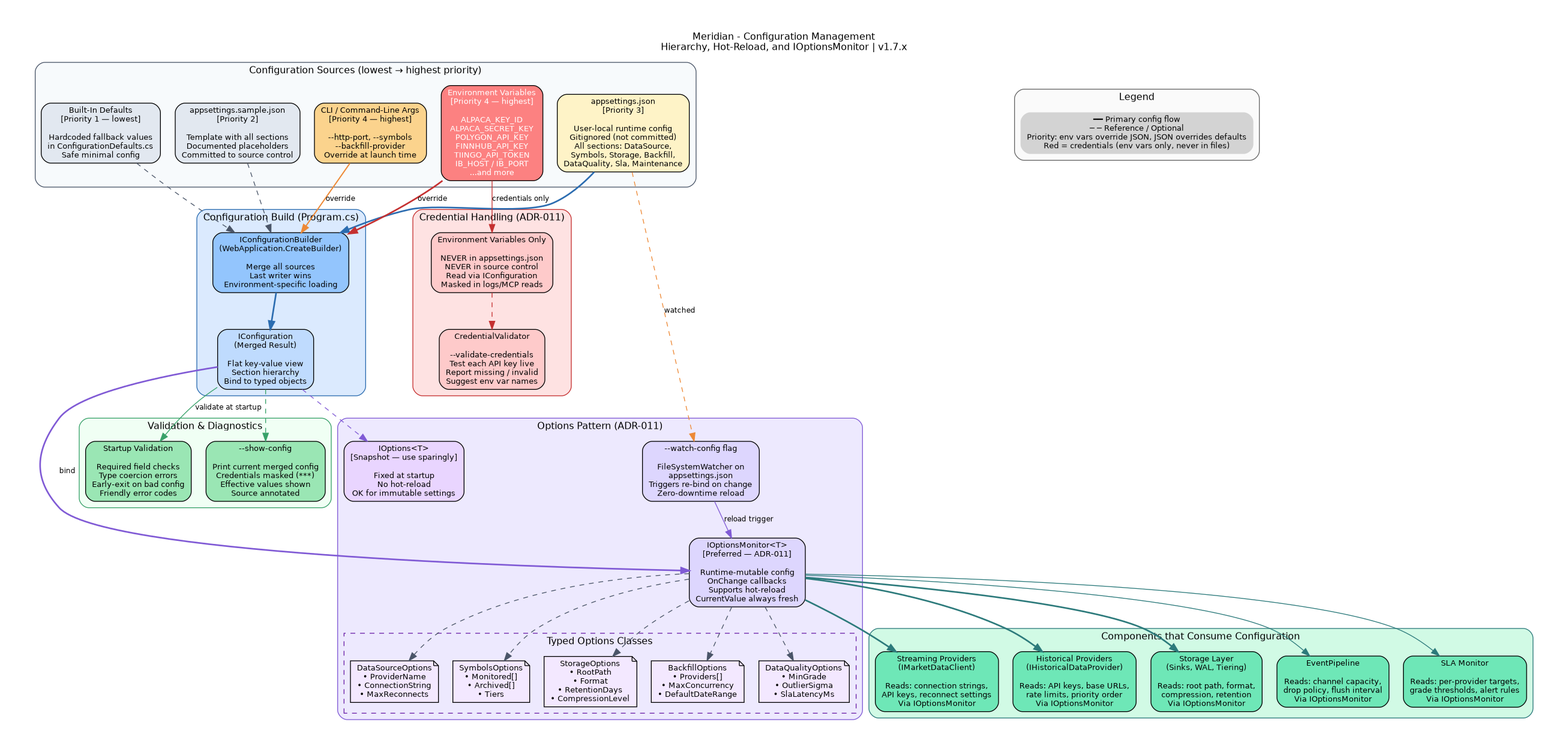
rodoHasArrived/Meridian-main keeps this Graphviz diagram as docs/diagrams/reference/configuration-management.png. Above is the earlier version. Its source is kept beside it as docs/diagrams/reference/configuration-management.dot. Source of this version:
```dot

digraph ConfigurationManagement {
  rankdir=TB;
  graph [fontname="Helvetica", fontsize=12, bgcolor="white", compound=true, pad=0.5];
  node  [fontname="Helvetica", fontsize=10, shape=box, style="rounded,filled"];
  edge  [fontname="Helvetica", fontsize=9, color="#4a5568"];

  labelloc="t";
  label="Meridian - Configuration Management\nHierarchy, Hot-Reload, and IOptionsMonitor | v1.7.x";

  subgraph cluster_sources {
    label="Configuration Sources (lowest → highest priority)";
    color="#4a5568";
    style="rounded";
    bgcolor="#f7fafc";

    SRC_DEFAULT [fillcolor="#e2e8f0",
                 label="Built-In Defaults\n[Priority 1 — lowest]\n\nHardcoded fallback values\nin ConfigurationDefaults.cs\nSafe minimal config"];

    SRC_SAMPLE [fillcolor="#e2e8f0",
                label="appsettings.sample.json\n[Priority 2]\n\nTemplate with all sections\nDocumented placeholders\nCommitted to source control"];

    SRC_JSON [fillcolor="#fef3c7",
              label="appsettings.json\n[Priority 3]\n\nUser-local runtime config\nGitignored (not committed)\nAll sections: DataSource,\nSymbols, Storage, Backfill,\nDataQuality, Sla, Maintenance"];

    SRC_ENV [fillcolor="#fc8181", fontcolor="white",
             label="Environment Variables\n[Priority 4 — highest]\n\nALPACA_KEY_ID\nALPACA_SECRET_KEY\nPOLYGON_API_KEY\nFINNHUB_API_KEY\nTIINGO_API_TOKEN\nIB_HOST / IB_PORT\n...and more"];

    SRC_CLI [fillcolor="#fbd38d",
             label="CLI / Command-Line Args\n[Priority 4 — highest]\n\n--http-port, --symbols\n--backfill-provider\nOverride at launch time"];
  }

  subgraph cluster_build {
    label="Configuration Build (Program.cs)";
    color="#2b6cb0";
    style="rounded";
    bgcolor="#dbeafe";

    CONFIG_BUILDER [fillcolor="#93c5fd",
                    label="IConfigurationBuilder\n(WebApplication.CreateBuilder)\n\nMerge all sources\nLast writer wins\nEnvironment-specific loading"];

    ICONFIG [fillcolor="#bfdbfe",
             label="IConfiguration\n(Merged Result)\n\nFlat key-value view\nSection hierarchy\nBind to typed objects"];
  }

  subgraph cluster_options {
    label="Options Pattern (ADR-011)";
    color="#805ad5";
    style="rounded";
    bgcolor="#ede9fe";

    IOPTIONS_MON [fillcolor="#ddd6fe",
                  label="IOptionsMonitor<T>\n[Preferred — ADR-011]\n\nRuntime-mutable config\nOnChange callbacks\nSupports hot-reload\nCurrentValue always fresh"];

    IOPTIONS [fillcolor="#e9d5ff",
              label="IOptions<T>\n[Snapshot — use sparingly]\n\nFixed at startup\nNo hot-reload\nOK for immutable settings"];

    WATCH_CONFIG [fillcolor="#ddd6fe",
                  label="--watch-config flag\n\nFileSystemWatcher on\nappsettings.json\nTriggers re-bind on change\nZero-downtime reload"];

    subgraph cluster_typed_options {
      label="Typed Options Classes";
      style="dashed";
      color="#6b21a8";

      OPT_DATA [shape=note, fillcolor="#f3e8ff",
                label="DataSourceOptions\n• ProviderName\n• ConnectionString\n• MaxReconnects"];

      OPT_SYM [shape=note, fillcolor="#f3e8ff",
               label="SymbolsOptions\n• Monitored[]\n• Archived[]\n• Tiers"];

      OPT_STOR [shape=note, fillcolor="#f3e8ff",
                label="StorageOptions\n• RootPath\n• Format\n• RetentionDays\n• CompressionLevel"];

      OPT_BF [shape=note, fillcolor="#f3e8ff",
              label="BackfillOptions\n• Providers[]\n• MaxConcurrency\n• DefaultDateRange"];

      OPT_DQ [shape=note, fillcolor="#f3e8ff",
              label="DataQualityOptions\n• MinGrade\n• OutlierSigma\n• SlaLatencyMs"];
    }
  }

  subgraph cluster_creds {
    label="Credential Handling (ADR-011)";
    color="#c53030";
    style="rounded";
    bgcolor="#fee2e2";

    CRED_ENV [fillcolor="#fecaca",
              label="Environment Variables Only\n\nNEVER in appsettings.json\nNEVER in source control\nRead via IConfiguration\nMasked in logs/MCP reads"];

    CRED_VALIDATE [fillcolor="#fecaca",
                   label="CredentialValidator\n\n--validate-credentials\nTest each API key live\nReport missing / invalid\nSuggest env var names"];
  }

  subgraph cluster_consumers {
    label="Components that Consume Configuration";
    color="#2c7a7b";
    style="rounded";
    bgcolor="#d1fae5";

    STREAM_PROV [fillcolor="#6ee7b7",
                 label="Streaming Providers\n(IMarketDataClient)\n\nReads: connection strings,\nAPI keys, reconnect settings\nVia IOptionsMonitor"];

    HIST_PROV [fillcolor="#6ee7b7",
               label="Historical Providers\n(IHistoricalDataProvider)\n\nReads: API keys, base URLs,\nrate limits, priority order\nVia IOptionsMonitor"];

    STORAGE_COMP [fillcolor="#6ee7b7",
                  label="Storage Layer\n(Sinks, WAL, Tiering)\n\nReads: root path, format,\ncompression, retention\nVia IOptionsMonitor"];

    PIPELINE [fillcolor="#6ee7b7",
              label="EventPipeline\n\nReads: channel capacity,\ndrop policy, flush interval\nVia IOptionsMonitor"];

    SLA_MON [fillcolor="#6ee7b7",
             label="SLA Monitor\n\nReads: per-provider targets,\ngrade thresholds, alert rules\nVia IOptionsMonitor"];
  }

  subgraph cluster_diag {
    label="Validation & Diagnostics";
    color="#38a169";
    style="rounded";
    bgcolor="#f0fff4";

    VAL_STARTUP [fillcolor="#9ae6b4",
                 label="Startup Validation\n\nRequired field checks\nType coercion errors\nEarly-exit on bad config\nFriendly error codes"];

    SHOW_CONFIG [fillcolor="#9ae6b4",
                 label="--show-config\n\nPrint current merged config\nCredentials masked (***)\nEffective values shown\nSource annotated"];
  }

  SRC_DEFAULT -> CONFIG_BUILDER [color="#4a5568", style=dashed];
  SRC_SAMPLE -> CONFIG_BUILDER [color="#4a5568", style=dashed];
  SRC_JSON -> CONFIG_BUILDER [color="#2b6cb0", penwidth=2];
  SRC_ENV -> CONFIG_BUILDER [color="#c53030", penwidth=2, label="override"];
  SRC_CLI -> CONFIG_BUILDER [color="#ed8936", penwidth=1.5, label="override"];

  CONFIG_BUILDER -> ICONFIG [color="#2b6cb0", penwidth=2];

  ICONFIG -> IOPTIONS_MON [color="#805ad5", penwidth=2, label="bind"];
  ICONFIG -> IOPTIONS [color="#805ad5", style=dashed];
  IOPTIONS_MON -> OPT_DATA [style=dashed];
  IOPTIONS_MON -> OPT_SYM [style=dashed];
  IOPTIONS_MON -> OPT_STOR [style=dashed];
  IOPTIONS_MON -> OPT_BF [style=dashed];
  IOPTIONS_MON -> OPT_DQ [style=dashed];

  WATCH_CONFIG -> IOPTIONS_MON [color="#805ad5", label="reload trigger"];
  SRC_JSON -> WATCH_CONFIG [color="#ed8936", style=dashed, label="watched"];

  IOPTIONS_MON -> STREAM_PROV [color="#2c7a7b", penwidth=2];
  IOPTIONS_MON -> HIST_PROV [color="#2c7a7b", penwidth=2];
  IOPTIONS_MON -> STORAGE_COMP [color="#2c7a7b", penwidth=2];
  IOPTIONS_MON -> PIPELINE [color="#2c7a7b"];
  IOPTIONS_MON -> SLA_MON [color="#2c7a7b"];

  SRC_ENV -> CRED_ENV [color="#c53030", label="credentials only"];
  CRED_ENV -> CRED_VALIDATE [color="#c53030", style=dashed];

  ICONFIG -> VAL_STARTUP [color="#38a169", label="validate at startup"];
  ICONFIG -> SHOW_CONFIG [color="#38a169", style=dashed];

  subgraph cluster_legend {
    label="Legend";
    style="rounded";
    color="#666666";
    bgcolor="#fafafa";

    LEG [shape=plaintext,
         label="━━ Primary config flow\n─ ─ Reference / Optional\nPriority: env vars override JSON, JSON overrides defaults\nRed = credentials (env vars only, never in files)"];
  }
}
```
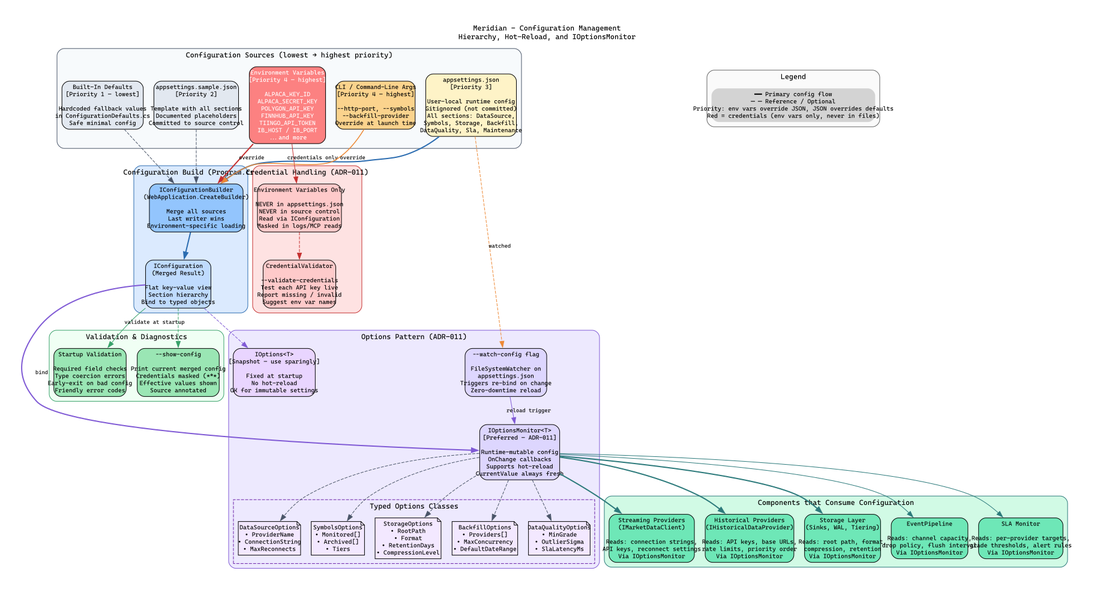
After the change.

What changed in the source:
```diff
@@ -6,7 +6,7 @@
   edge  [fontname="Helvetica", fontsize=9, color="#4a5568"];
 
   labelloc="t";
-  label="Meridian - Configuration Management\nHierarchy, Hot-Reload, and IOptionsMonitor | v1.7.x";
+  label="Meridian - Configuration Management\nHierarchy, Hot-Reload, and IOptionsMonitor";
 
   subgraph cluster_sources {
     label="Configuration Sources (lowest → highest priority)";
```
